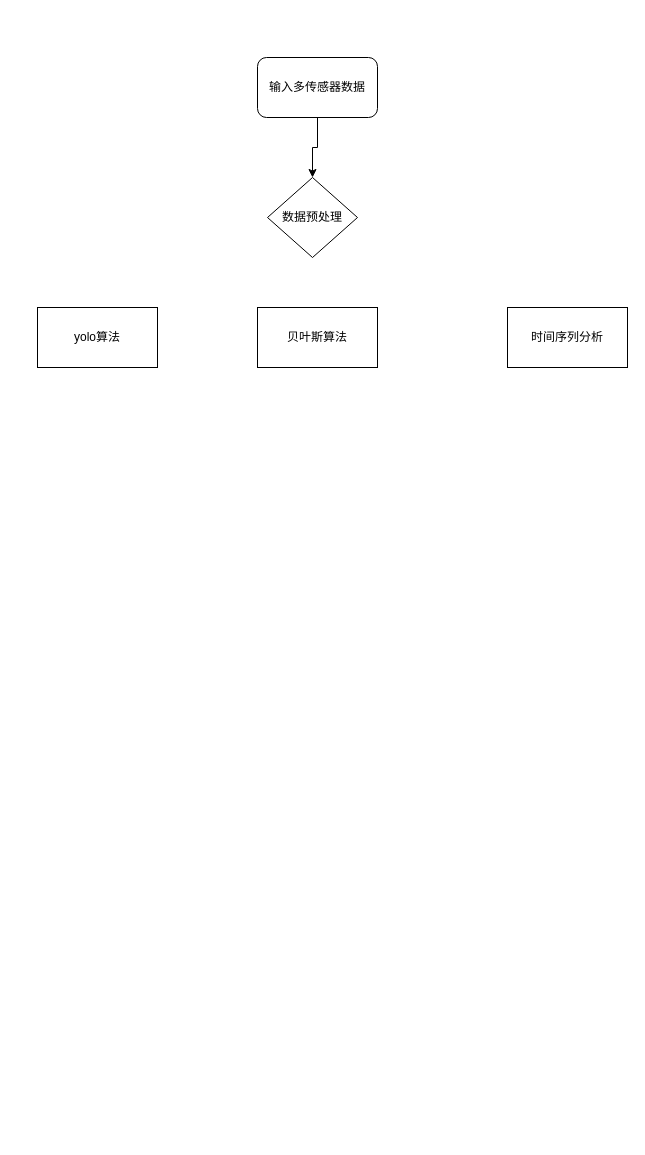
The draw.io diagram 未命名绘图.drawio in 1487879421888/-Pake, before the edit. Source tidied: cells renumbered, new cells numbered last; positions are measured from the earlier drawing's top-left corner, leaving out a move shared by most shapes. Both pictures are drawn from the tidied source at 100%, with x=0, y=0 at pixel (37, 57).
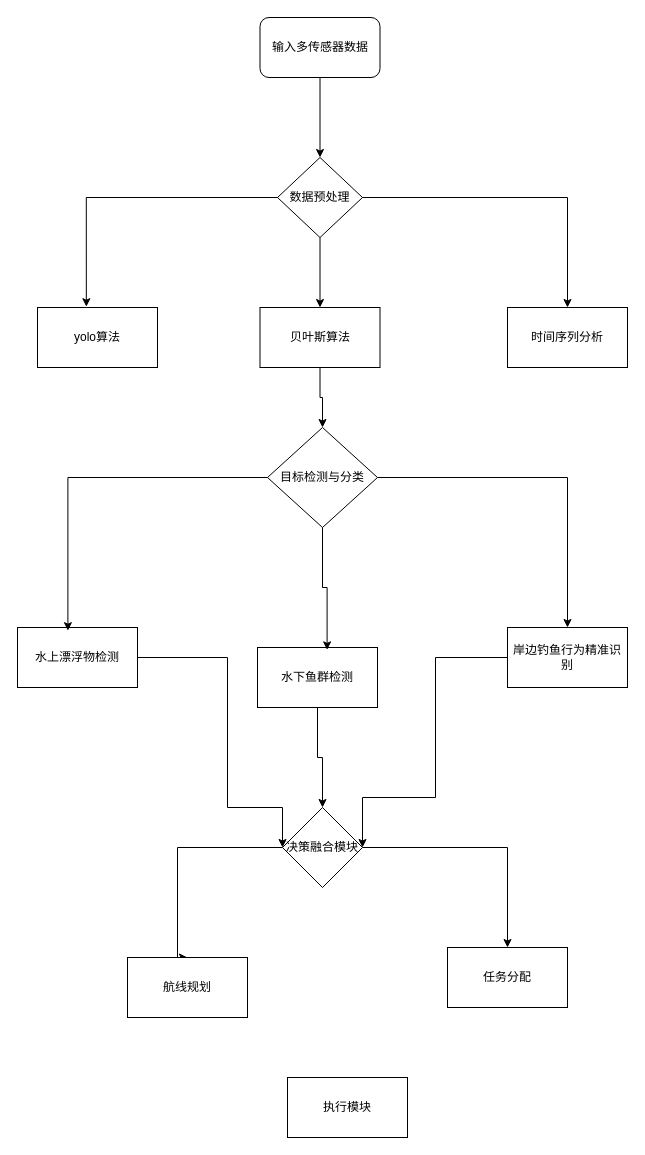
After the change.

The change refers to these unchanged cells:
```xml
<mxCell id="5" value="yolo算法" style="rounded=0;whiteSpace=wrap;html=1;" parent="1" vertex="1">
  <mxGeometry y="250" width="120" height="60" as="geometry" />
</mxCell>
<mxCell id="7" value="时间序列分析" style="rounded=0;whiteSpace=wrap;html=1;" parent="1" vertex="1">
  <mxGeometry x="470" y="250" width="120" height="60" as="geometry" />
</mxCell>
```

What changed in the source:
```diff
@@
     <mxCell id="3" value="输入多传感器数据" style="rounded=1;whiteSpace=wrap;html=1;" parent="1" vertex="1">
-      <mxGeometry x="220" width="120" height="60" as="geometry" />
+      <mxGeometry x="222.5" y="-40" width="120" height="60" as="geometry" />
     </mxCell>
+    <mxCell id="8" style="edgeStyle=orthogonalEdgeStyle;rounded=0;jettySize=auto;html=1;entryX=0.5;entryY=0;entryDx=0;entryDy=0;" parent="1" edge="1" source="4" target="6">
+      <mxGeometry relative="1" as="geometry" />
+    </mxCell>
+    <mxCell id="9" style="edgeStyle=orthogonalEdgeStyle;rounded=0;jettySize=auto;html=1;entryX=0.5;entryY=0;entryDx=0;entryDy=0;" parent="1" edge="1" source="4" target="7">
+      <mxGeometry relative="1" as="geometry" />
+    </mxCell>
     <mxCell id="4" value="数据预处理" style="rhombus;whiteSpace=wrap;html=1;" parent="1" vertex="1">
-      <mxGeometry x="230" y="120" width="90" height="80" as="geometry" />
+      <mxGeometry x="240" y="100" width="85" height="80" as="geometry" />
     </mxCell>
@@
+    <mxCell id="10" style="edgeStyle=orthogonalEdgeStyle;rounded=0;jettySize=auto;html=1;" parent="1" edge="1" source="6" target="13">
+      <mxGeometry relative="1" as="geometry" />
+    </mxCell>
     <mxCell id="6" value="贝叶斯算法" style="rounded=0;whiteSpace=wrap;html=1;" parent="1" vertex="1">
-      <mxGeometry x="220" y="250" width="120" height="60" as="geometry" />
+      <mxGeometry x="222.5" y="250" width="120" height="60" as="geometry" />
     </mxCell>
@@
+    <mxCell id="11" style="edgeStyle=orthogonalEdgeStyle;rounded=0;jettySize=auto;html=1;entryX=0.407;entryY=-0.013;entryDx=0;entryDy=0;entryPerimeter=0;" parent="1" edge="1" source="4" target="5">
+      <mxGeometry relative="1" as="geometry" />
+    </mxCell>
+    <mxCell id="12" style="edgeStyle=orthogonalEdgeStyle;rounded=0;jettySize=auto;html=1;entryX=0.5;entryY=0;entryDx=0;entryDy=0;" parent="1" edge="1" source="13" target="15">
+      <mxGeometry relative="1" as="geometry" />
+    </mxCell>
+    <mxCell id="13" value="目标检测与分类" style="rhombus;whiteSpace=wrap;html=1;rounded=0;" parent="1" vertex="1">
+      <mxGeometry x="230" y="370" width="110" height="100" as="geometry" />
+    </mxCell>
+    <mxCell id="14" style="edgeStyle=orthogonalEdgeStyle;rounded=0;jettySize=auto;html=1;entryX=1;entryY=0.5;entryDx=0;entryDy=0;" parent="1" edge="1" source="15" target="24">
+      <mxGeometry relative="1" as="geometry">
+        <Array as="points">
+          <mxPoint x="398" y="600" />
+          <mxPoint x="398" y="740" />
+          <mxPoint x="325" y="740" />
+        </Array>
+      </mxGeometry>
+    </mxCell>
+    <mxCell id="15" value="岸边钓鱼行为精准识别" style="rounded=0;whiteSpace=wrap;html=1;" parent="1" vertex="1">
+      <mxGeometry x="470" y="570" width="120" height="60" as="geometry" />
+    </mxCell>
+    <mxCell id="16" style="edgeStyle=orthogonalEdgeStyle;rounded=0;jettySize=auto;html=1;" parent="1" edge="1" source="17" target="24">
+      <mxGeometry relative="1" as="geometry" />
+    </mxCell>
+    <mxCell id="17" value="水下鱼群检测" style="rounded=0;whiteSpace=wrap;html=1;" parent="1" vertex="1">
+      <mxGeometry x="220" y="590" width="120" height="60" as="geometry" />
+    </mxCell>
+    <mxCell id="18" style="edgeStyle=orthogonalEdgeStyle;rounded=0;jettySize=auto;html=1;entryX=0;entryY=0.5;entryDx=0;entryDy=0;" parent="1" edge="1" source="19" target="24">
+      <mxGeometry relative="1" as="geometry">
+        <Array as="points">
+          <mxPoint x="190" y="600" />
+          <mxPoint x="190" y="750" />
+          <mxPoint x="245" y="750" />
+        </Array>
+      </mxGeometry>
+    </mxCell>
+    <mxCell id="19" value="水上漂浮物检测" style="rounded=0;whiteSpace=wrap;html=1;" parent="1" vertex="1">
+      <mxGeometry x="-20" y="570" width="120" height="60" as="geometry" />
+    </mxCell>
+    <mxCell id="20" style="edgeStyle=orthogonalEdgeStyle;rounded=0;jettySize=auto;html=1;entryX=0.42;entryY=0.053;entryDx=0;entryDy=0;entryPerimeter=0;" parent="1" edge="1" source="13" target="19">
+      <mxGeometry relative="1" as="geometry" />
+    </mxCell>
+    <mxCell id="21" style="edgeStyle=orthogonalEdgeStyle;rounded=0;jettySize=auto;html=1;entryX=0.58;entryY=0.04;entryDx=0;entryDy=0;entryPerimeter=0;" parent="1" edge="1" source="13" target="17">
+      <mxGeometry relative="1" as="geometry" />
+    </mxCell>
+    <mxCell id="22" style="edgeStyle=orthogonalEdgeStyle;rounded=0;jettySize=auto;html=1;entryX=0.5;entryY=0;entryDx=0;entryDy=0;" parent="1" edge="1" source="24" target="25">
+      <mxGeometry relative="1" as="geometry">
+        <Array as="points">
+          <mxPoint x="140" y="790" />
+        </Array>
+      </mxGeometry>
+    </mxCell>
+    <mxCell id="23" style="edgeStyle=orthogonalEdgeStyle;rounded=0;jettySize=auto;html=1;" parent="1" edge="1" source="24" target="26">
+      <mxGeometry relative="1" as="geometry" />
+    </mxCell>
+    <mxCell id="24" value="决策融合模块" style="rhombus;whiteSpace=wrap;html=1;rounded=0;" parent="1" vertex="1">
+      <mxGeometry x="245" y="750" width="80" height="80" as="geometry" />
+    </mxCell>
+    <mxCell id="25" value="航线规划" style="rounded=0;whiteSpace=wrap;html=1;" parent="1" vertex="1">
+      <mxGeometry x="90" y="900" width="120" height="60" as="geometry" />
+    </mxCell>
+    <mxCell id="26" value="任务分配" style="rounded=0;whiteSpace=wrap;html=1;" parent="1" vertex="1">
+      <mxGeometry x="410" y="890" width="120" height="60" as="geometry" />
+    </mxCell>
+    <mxCell id="27" value="执行模块" style="rounded=0;whiteSpace=wrap;html=1;" parent="1" vertex="1">
+      <mxGeometry x="250" y="1020" width="120" height="60" as="geometry" />
+    </mxCell>
```
